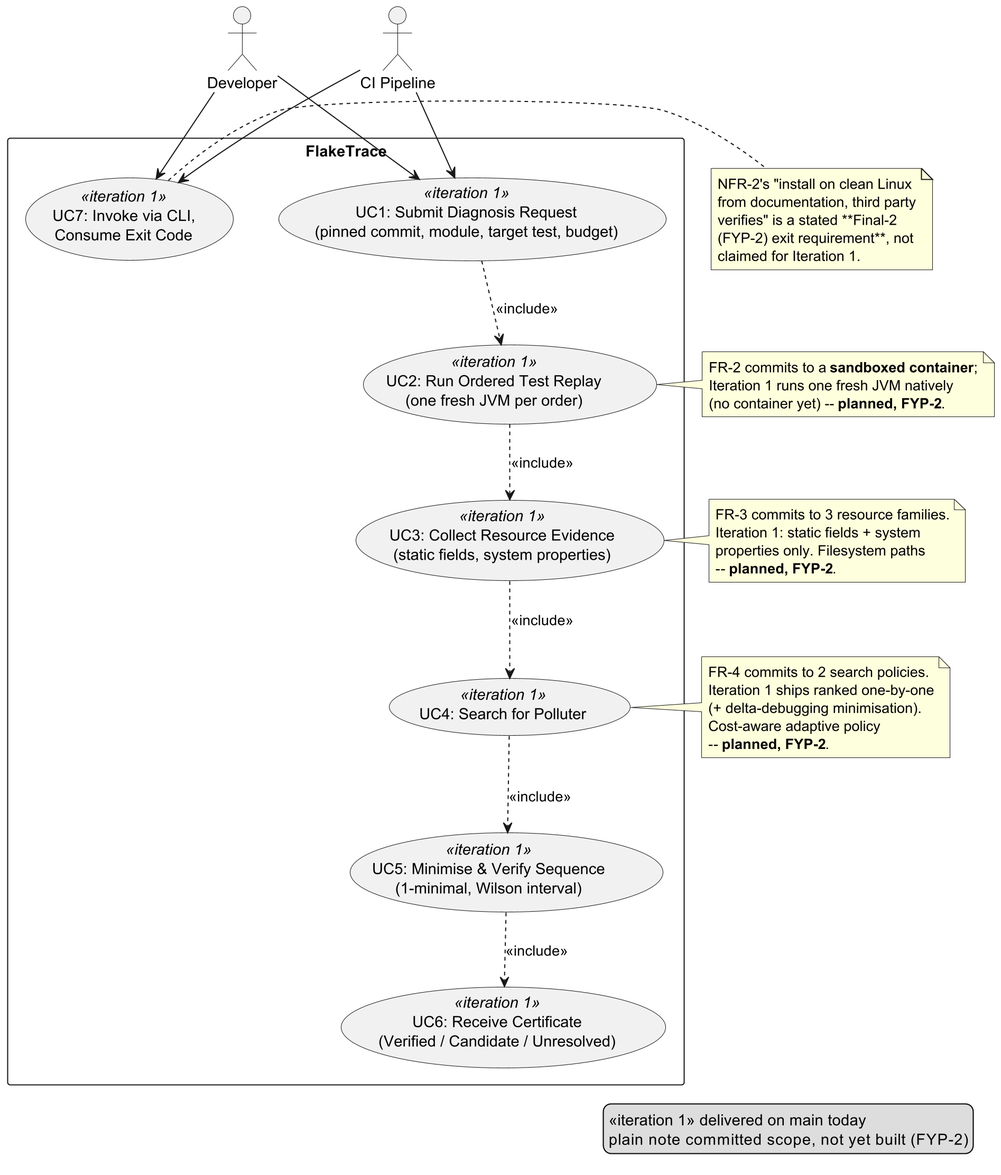
Above: mid-eval-report/figures/m3/use_cases.png in zoyaahmad428/FlakeTrace (PlantUML), before the change. Its source is kept beside it as mid-eval-report/diagrams/m3/use_cases.puml. Its diagram source:
```plantuml
@startuml use_cases
skinparam dpi 200
skinparam nodesep 40
skinparam ranksep 50
top to bottom direction

actor Developer as dev
actor "CI Pipeline" as ci

rectangle FlakeTrace {
  usecase "UC1: Submit Diagnosis Request\n(pinned commit, module, target test, budget)" as UC1 <<iteration 1>>
  usecase "UC7: Invoke via CLI,\nConsume Exit Code" as UC7 <<iteration 1>>
  usecase "UC2: Run Ordered Test Replay\n(one fresh JVM per order)" as UC2 <<iteration 1>>
  usecase "UC3: Collect Resource Evidence\n(static fields, system properties)" as UC3 <<iteration 1>>
  usecase "UC4: Search for Polluter" as UC4 <<iteration 1>>
  usecase "UC5: Minimise & Verify Sequence\n(1-minimal, Wilson interval)" as UC5 <<iteration 1>>
  usecase "UC6: Receive Certificate\n(Verified / Candidate / Unresolved)" as UC6 <<iteration 1>>
}

dev --> UC1
dev --> UC7
ci --> UC1
ci --> UC7

UC1 ..> UC2 : <<include>>
UC2 ..> UC3 : <<include>>
UC3 ..> UC4 : <<include>>
UC4 ..> UC5 : <<include>>
UC5 ..> UC6 : <<include>>

note right of UC2
  FR-2 commits to a **sandboxed container**;
  Iteration 1 runs one fresh JVM natively
  (no container yet) -- **planned, FYP-2**.
end note

note right of UC3
  FR-3 commits to 3 resource families.
  Iteration 1: static fields + system
  properties only. Filesystem paths
  -- **planned, FYP-2**.
end note

note right of UC4
  FR-4 commits to 2 search policies.
  Iteration 1 ships ranked one-by-one
  (+ delta-debugging minimisation).
  Cost-aware adaptive policy
  -- **planned, FYP-2**.
end note

note right of UC7
  NFR-2's "install on clean Linux
  from documentation, third party
  verifies" is a stated **Final-2
  (FYP-2) exit requirement**, not
  claimed for Iteration 1.
end note

legend right
  <<iteration 1>>  delivered on main today
  plain note       committed scope, not yet built (FYP-2)
endlegend
@enduml
```
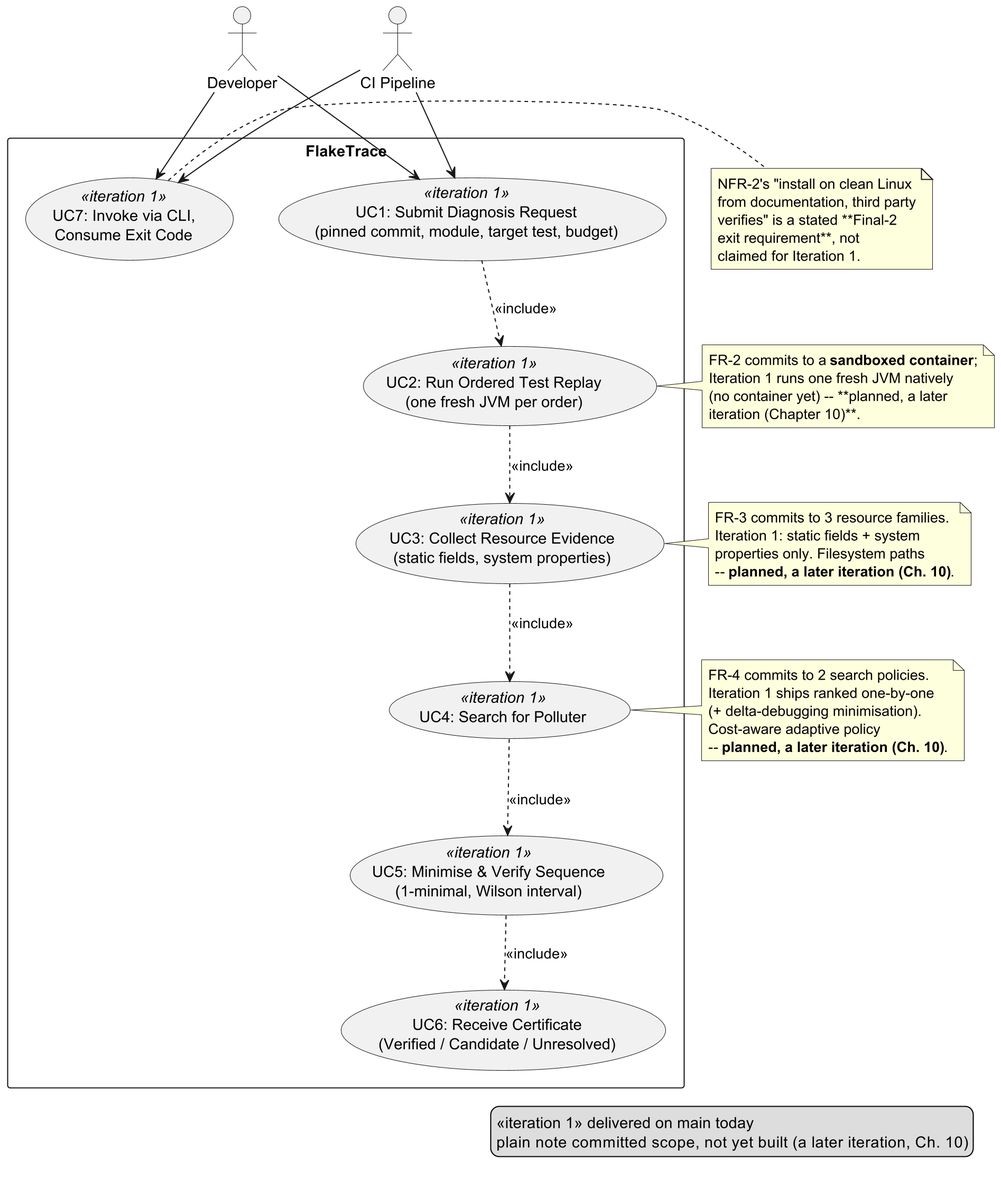
The same file after the commit.

Change to the diagram source:
```diff
@@ -31,14 +31,15 @@
 note right of UC2
   FR-2 commits to a **sandboxed container**;
   Iteration 1 runs one fresh JVM natively
-  (no container yet) -- **planned, FYP-2**.
+  (no container yet) -- **planned, a later
+  iteration (Chapter 10)**.
 end note
 
 note right of UC3
   FR-3 commits to 3 resource families.
   Iteration 1: static fields + system
   properties only. Filesystem paths
-  -- **planned, FYP-2**.
+  -- **planned, a later iteration (Ch. 10)**.
 end note
 
 note right of UC4
@@ -46,19 +47,19 @@
   Iteration 1 ships ranked one-by-one
   (+ delta-debugging minimisation).
   Cost-aware adaptive policy
-  -- **planned, FYP-2**.
+  -- **planned, a later iteration (Ch. 10)**.
 end note
 
 note right of UC7
   NFR-2's "install on clean Linux
   from documentation, third party
   verifies" is a stated **Final-2
-  (FYP-2) exit requirement**, not
+  exit requirement**, not
   claimed for Iteration 1.
 end note
 
 legend right
   <<iteration 1>>  delivered on main today
-  plain note       committed scope, not yet built (FYP-2)
+  plain note       committed scope, not yet built (a later iteration, Ch. 10)
 endlegend
 @enduml
```
